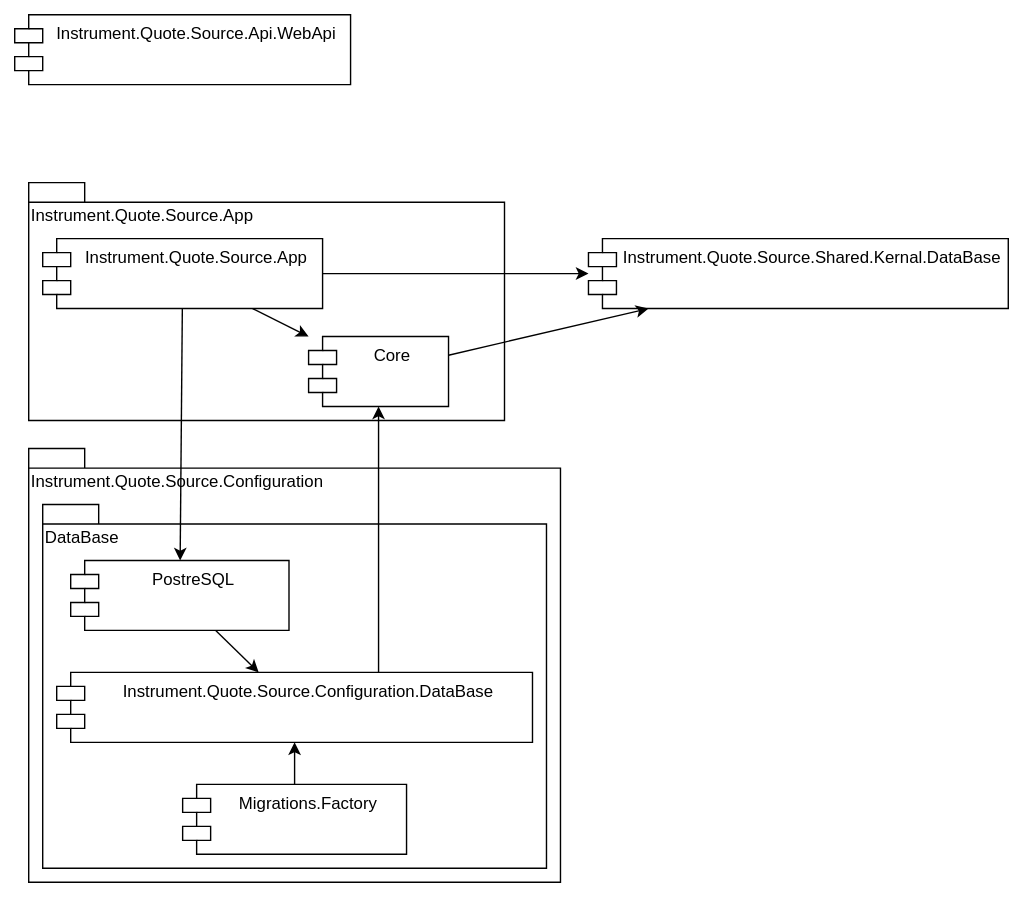
Before: doc/Component.drawio.svg, a diagram exported from draw.io (Instrument-Data-Source/Instrument-quote-data-source-src). Source tidied: cells renumbered, new cells last; positions are measured from the earlier drawing's top-left corner, leaving out a move shared by most shapes.
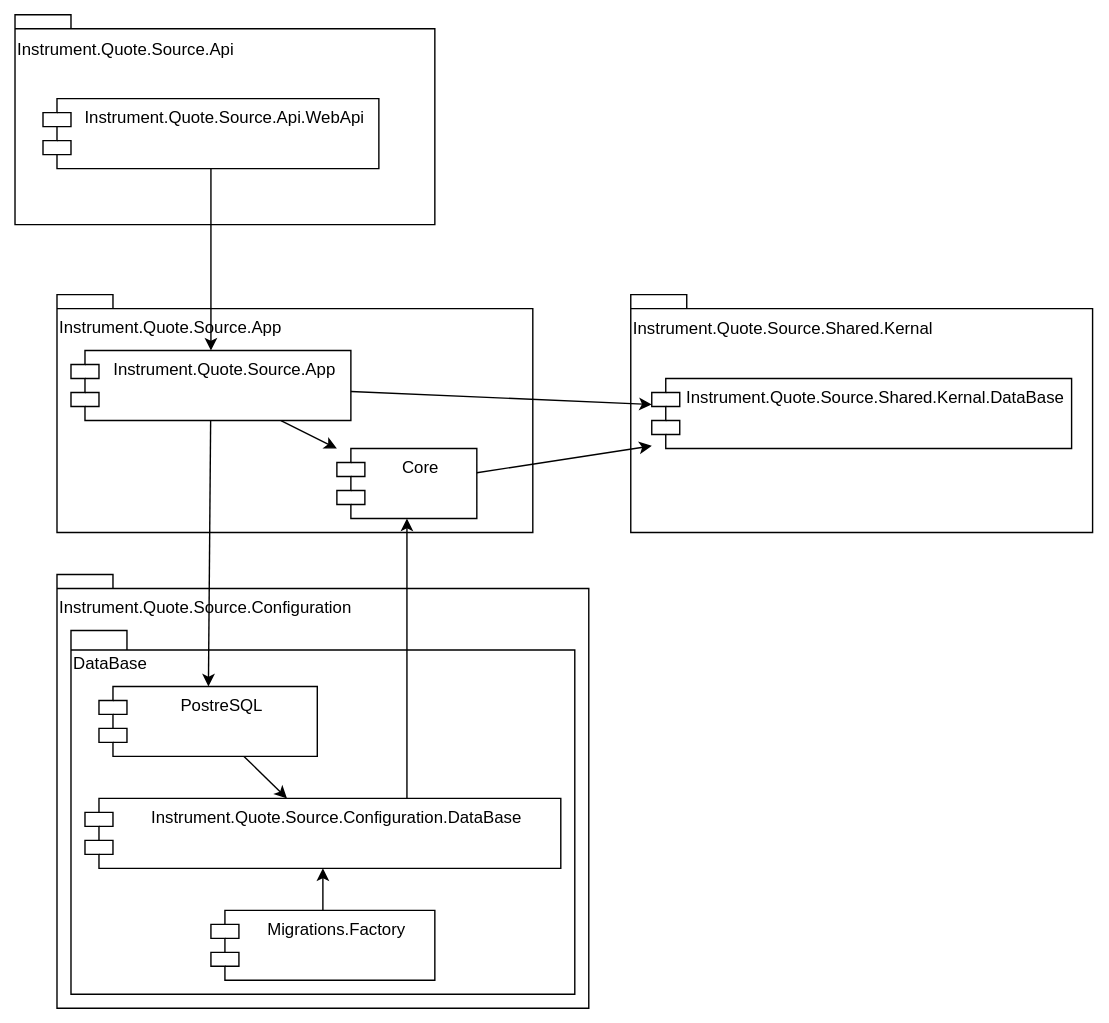
After the change.

Change to the diagram source:
```diff
@@ -2,14 +2,8 @@
   <root>
     <mxCell id="0" />
     <mxCell id="1" parent="0" />
-    <mxCell id="2" value="Instrument.Quote.Source.Api.WebApi" style="shape=module;align=left;spacingLeft=20;align=center;verticalAlign=top;" parent="1" vertex="1">
-      <mxGeometry width="240" height="50" as="geometry" />
-    </mxCell>
-    <mxCell id="3" value="Instrument.Quote.Source.Shared.Kernal.DataBase" style="shape=module;align=left;spacingLeft=20;align=center;verticalAlign=top;" parent="1" vertex="1">
-      <mxGeometry x="410" y="160" width="300" height="50" as="geometry" />
-    </mxCell>
-    <mxCell id="4" value="&lt;span style=&quot;font-weight: 400;&quot;&gt;Instrument.Quote.Source.Configuration&lt;/span&gt;" style="shape=folder;fontStyle=1;spacingTop=10;tabWidth=40;tabHeight=14;tabPosition=left;html=1;verticalAlign=top;align=left;" parent="1" vertex="1">
-      <mxGeometry x="10" y="310" width="380" height="310" as="geometry" />
+    <mxCell id="4" value="&lt;span style=&quot;font-weight: 400;&quot;&gt;Instrument.Quote.Source.Configuration&lt;/span&gt;" style="shape=folder;fontStyle=1;spacingTop=10;tabWidth=40;tabHeight=10;tabPosition=left;html=1;verticalAlign=top;align=left;" parent="1" vertex="1">
+      <mxGeometry x="10" y="320" width="380" height="310" as="geometry" />
     </mxCell>
     <mxCell id="5" value="&lt;span style=&quot;font-weight: 400;&quot;&gt;DataBase&lt;/span&gt;" style="shape=folder;fontStyle=1;spacingTop=10;tabWidth=40;tabHeight=14;tabPosition=left;html=1;verticalAlign=top;align=left;" parent="4" vertex="1">
       <mxGeometry x="10" y="40" width="360" height="260" as="geometry" />
@@ -29,7 +23,7 @@
     <mxCell id="10" style="edgeStyle=none;html=1;" parent="5" edge="1" source="9" target="7">
       <mxGeometry relative="1" as="geometry" />
     </mxCell>
-    <mxCell id="11" value="&lt;span style=&quot;font-weight: 400;&quot;&gt;Instrument.Quote.Source.App&lt;/span&gt;" style="shape=folder;fontStyle=1;spacingTop=10;tabWidth=40;tabHeight=14;tabPosition=left;html=1;verticalAlign=top;align=left;" parent="1" vertex="1">
+    <mxCell id="11" value="&lt;span style=&quot;font-weight: 400;&quot;&gt;Instrument.Quote.Source.App&lt;/span&gt;" style="shape=folder;fontStyle=1;spacingTop=10;tabWidth=40;tabHeight=10;tabPosition=left;html=1;verticalAlign=top;align=left;" parent="1" vertex="1">
       <mxGeometry x="10" y="120" width="340" height="170" as="geometry" />
     </mxCell>
     <mxCell id="12" value="Core" style="shape=module;align=left;spacingLeft=20;align=center;verticalAlign=top;" parent="11" vertex="1">
@@ -52,6 +46,21 @@
     <mxCell id="16" style="edgeStyle=none;html=1;" parent="1" edge="1" source="13" target="6">
       <mxGeometry relative="1" as="geometry" />
     </mxCell>
+    <mxCell id="19" value="&lt;span style=&quot;font-weight: 400;&quot;&gt;Instrument.Quote.Source.Api&lt;/span&gt;" style="shape=folder;fontStyle=1;tabWidth=40;tabHeight=10;tabPosition=left;html=1;boundedLbl=1;align=left;verticalAlign=top;" parent="1" vertex="1">
+      <mxGeometry x="-20" y="-80" width="300" height="150" as="geometry" />
+    </mxCell>
+    <mxCell id="2" value="Instrument.Quote.Source.Api.WebApi" style="shape=module;align=left;spacingLeft=20;align=center;verticalAlign=top;" parent="19" vertex="1">
+      <mxGeometry x="20" y="60" width="240" height="50" as="geometry" />
+    </mxCell>
+    <mxCell id="20" style="edgeStyle=none;html=1;" parent="1" edge="1" source="2" target="13">
+      <mxGeometry relative="1" as="geometry" />
+    </mxCell>
+    <mxCell id="21" value="&lt;span style=&quot;font-weight: 400; text-align: center;&quot;&gt;Instrument.Quote.Source.Shared.Kernal&lt;/span&gt;" style="shape=folder;fontStyle=1;tabWidth=40;tabHeight=10;tabPosition=left;html=1;boundedLbl=1;align=left;verticalAlign=top;" parent="1" vertex="1">
+      <mxGeometry x="420" y="120" width="330" height="170" as="geometry" />
+    </mxCell>
+    <mxCell id="3" value="Instrument.Quote.Source.Shared.Kernal.DataBase" style="shape=module;align=left;spacingLeft=20;align=center;verticalAlign=top;" parent="21" vertex="1">
+      <mxGeometry x="15" y="60" width="300" height="50" as="geometry" />
+    </mxCell>
     <mxCell id="17" style="edgeStyle=none;html=1;" parent="1" edge="1" source="13" target="3">
       <mxGeometry relative="1" as="geometry" />
     </mxCell>
```
